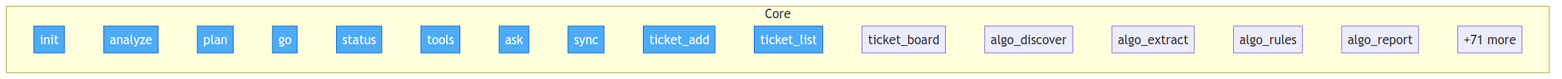
Earlier version of the Mermaid export project/flow.png (semcod/algitex). Its source is kept beside it as project/flow.mmd.
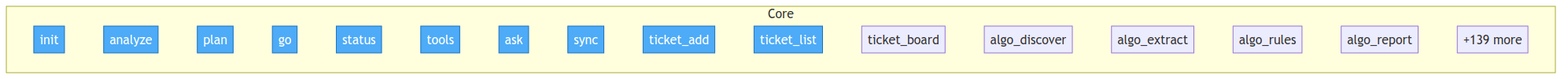
The same diagram one commit later.

Change to the diagram source:
```diff
@@ -18,7 +18,7 @@
         src__algitex__cli__algo_extract["algo_extract"]
         src__algitex__cli__algo_rules["algo_rules"]
         src__algitex__cli__algo_report["algo_report"]
-        ...["+71 more"]
+        ...["+139 more"]
     end
 
     class src__algitex__cli__init,src__algitex__cli__analyze,src__algitex__cli__plan,src__algitex__cli__go,src__algitex__cli__status,src__algitex__cli__tools,src__algitex__cli__ask,src__algitex__cli__sync,src__algitex__cli__ticket_add,src__algitex__cli__ticket_list entry
```
